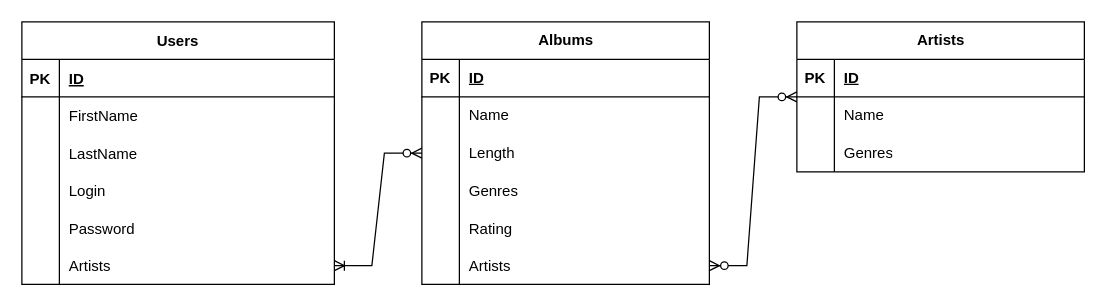
Earlier version of the draw.io diagram TurntableERD.drawio (kilkennylj/Turntable). Source tidied: cells renumbered, new cells numbered last; positions are measured from the earlier drawing's top-left corner, leaving out a move shared by most shapes. Both pictures are drawn from the tidied source at 125%, with x=0, y=0 at pixel (21, 21).
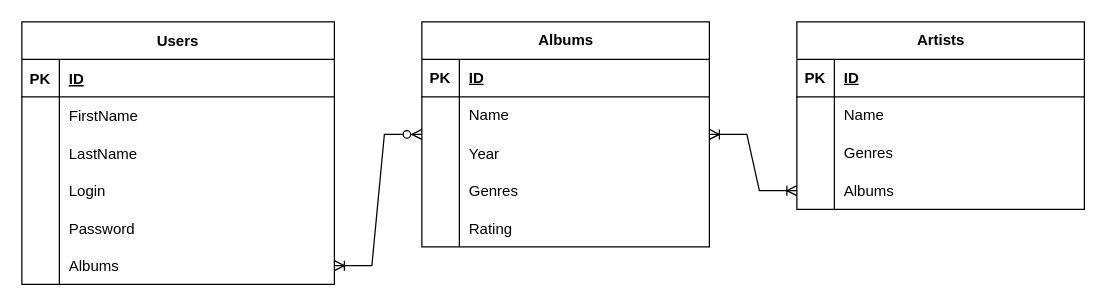
The same diagram, later.

Commit message:
ERD Makes Sense Now, not final

Unchanged cells that the change refers to:
```xml
<mxCell id="18" style="shape=tableRow;horizontal=0;startSize=0;swimlaneHead=0;swimlaneBody=0;fillColor=none;points=[[0,0.5],[1,0.5]];portConstraint=eastwest;top=0;left=0;right=0;bottom=0;" parent="2" vertex="1">
  <mxGeometry y="180" width="250" height="30" as="geometry" />
</mxCell>
<mxCell id="28" style="shape=tableRow;horizontal=0;startSize=0;swimlaneHead=0;swimlaneBody=0;fillColor=none;top=0;left=0;right=0;bottom=0;" parent="21" vertex="1">
  <mxGeometry y="90" width="230" height="30" as="geometry" />
</mxCell>
```

Diff of the diagram source:
```diff
@@
-    <mxCell id="20" value="Artists" style="shape=partialRectangle;fillColor=none;top=0;left=0;bottom=0;right=0;align=left;spacingLeft=6;overflow=hidden;" parent="18" vertex="1">
+    <mxCell id="20" value="Albums" style="shape=partialRectangle;fillColor=none;top=0;left=0;bottom=0;right=0;align=left;spacingLeft=6;overflow=hidden;" parent="18" vertex="1">
       <mxGeometry x="30" width="220" height="30" as="geometry" />
     </mxCell>
     <mxCell id="21" value="Albums" style="shape=table;startSize=30;childLayout=tableLayout;rowLines=0;fontStyle=1;align=center;html=1;" parent="1" vertex="1">
-      <mxGeometry x="320" width="230" height="210" as="geometry" />
+      <mxGeometry x="320" width="230" height="180" as="geometry" />
     </mxCell>
@@
-    <mxCell id="29" style="shape=partialRectangle;fillColor=none;top=0;left=0;bottom=0;right=0;overflow=hidden;whiteSpace=wrap;html=1;" parent="28" vertex="1">
-      <mxGeometry width="30" height="30" as="geometry" />
-    </mxCell>
-    <mxCell id="30" value="Length" style="shape=partialRectangle;fillColor=none;top=0;left=0;bottom=0;right=0;align=left;spacingLeft=6;overflow=hidden;whiteSpace=wrap;html=1;" parent="28" vertex="1">
-      <mxGeometry x="30" width="200" height="30" as="geometry" />
-    </mxCell>
+    <mxCell id="52" style="shape=partialRectangle;fillColor=none;top=0;left=0;bottom=0;right=0;overflow=hidden;" parent="28" vertex="1">
+      <mxGeometry width="30" height="30" as="geometry" />
+    </mxCell>
+    <mxCell id="53" value="Year" style="shape=partialRectangle;fillColor=none;top=0;left=0;bottom=0;right=0;align=left;spacingLeft=6;overflow=hidden;" parent="28" vertex="1">
+      <mxGeometry x="30" width="200" height="30" as="geometry" />
+    </mxCell>
@@
-    <mxCell id="37" style="shape=tableRow;horizontal=0;startSize=0;swimlaneHead=0;swimlaneBody=0;fillColor=none;points=[[0,0.5],[1,0.5]];portConstraint=eastwest;top=0;left=0;right=0;bottom=0;" parent="21" vertex="1">
-      <mxGeometry y="180" width="230" height="30" as="geometry" />
-    </mxCell>
-    <mxCell id="38" style="shape=partialRectangle;fillColor=none;top=0;left=0;bottom=0;right=0;overflow=hidden;" parent="37" vertex="1">
-      <mxGeometry width="30" height="30" as="geometry" />
-    </mxCell>
-    <mxCell id="39" value="Artists" style="shape=partialRectangle;fillColor=none;top=0;left=0;bottom=0;right=0;align=left;spacingLeft=6;overflow=hidden;" parent="37" vertex="1">
-      <mxGeometry x="30" width="200" height="30" as="geometry" />
-    </mxCell>
     <mxCell id="40" value="Artists" style="shape=table;startSize=30;childLayout=tableLayout;rowLines=0;fontStyle=1;align=center;html=1;" parent="1" vertex="1">
-      <mxGeometry x="620" width="230" height="120" as="geometry" />
+      <mxGeometry x="620" width="230" height="150" as="geometry" />
     </mxCell>
@@
+    <mxCell id="54" style="shape=tableRow;horizontal=0;startSize=0;swimlaneHead=0;swimlaneBody=0;fillColor=none;points=[[0,0.5],[1,0.5]];portConstraint=eastwest;top=0;left=0;right=0;bottom=0;" parent="40" vertex="1">
+      <mxGeometry y="120" width="230" height="30" as="geometry" />
+    </mxCell>
+    <mxCell id="55" style="shape=partialRectangle;fillColor=none;top=0;left=0;bottom=0;right=0;overflow=hidden;" parent="54" vertex="1">
+      <mxGeometry width="30" height="30" as="geometry" />
+    </mxCell>
+    <mxCell id="56" value="Albums" style="shape=partialRectangle;fillColor=none;top=0;left=0;bottom=0;right=0;align=left;spacingLeft=6;overflow=hidden;" parent="54" vertex="1">
+      <mxGeometry x="30" width="200" height="30" as="geometry" />
+    </mxCell>
@@
-    <mxCell id="51" style="edgeStyle=entityRelationEdgeStyle;fontSize=12;html=1;endArrow=ERzeroToMany;endFill=1;startArrow=ERzeroToMany;rounded=0;" parent="1" edge="1" source="37" target="40">
-      <mxGeometry relative="1" as="geometry" />
-    </mxCell>
+    <mxCell id="57" style="edgeStyle=entityRelationEdgeStyle;fontSize=12;html=1;endArrow=ERoneToMany;startArrow=ERoneToMany;rounded=0;" parent="1" edge="1" source="21" target="54">
+      <mxGeometry relative="1" as="geometry" />
+    </mxCell>
```
